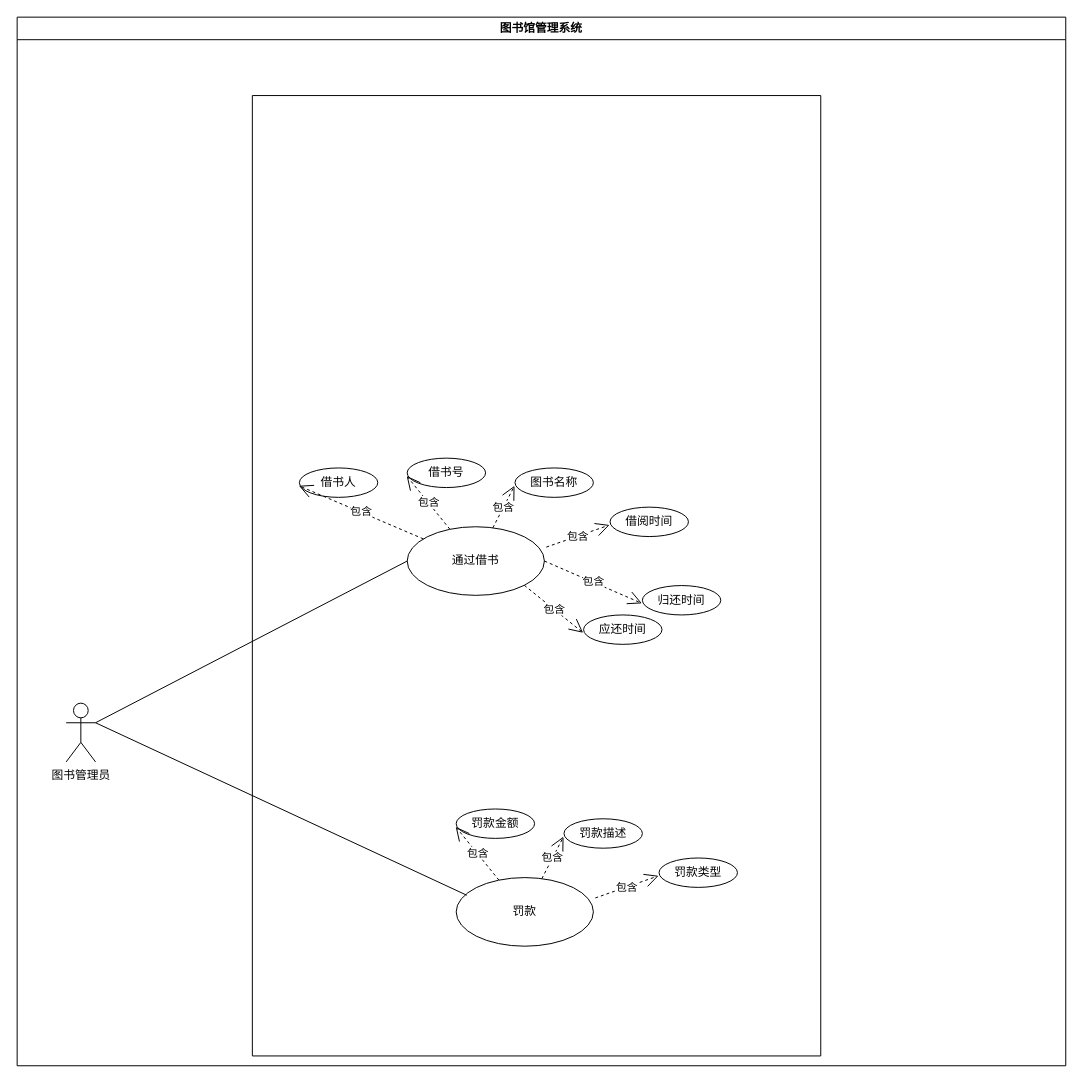
Before: page "3-7" (7 of 19) of book.drawio in fanxy399/book, a draw.io diagram. Source tidied: cells renumbered, new cells numbered last; positions are measured from the earlier drawing's top-left corner, leaving out a move shared by most shapes. Both pictures are drawn from the tidied source at 98%, with x=0, y=0 at pixel (17, 17).
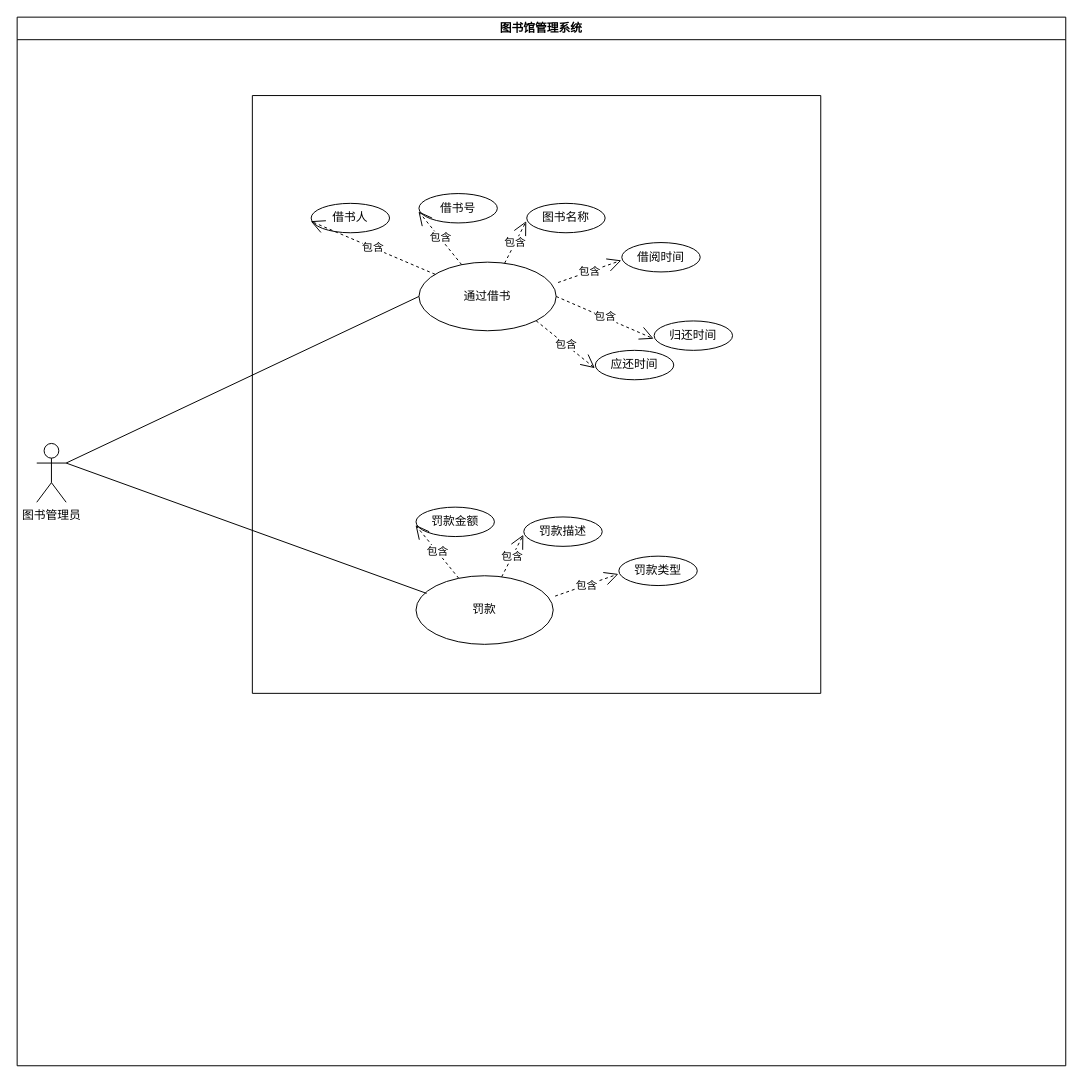
Above is the later version.

The change refers to these unchanged cells:
```xml
<mxCell id="2" value="图书馆管理系统" style="swimlane;whiteSpace=wrap;html=1;" parent="1" vertex="1">
  <mxGeometry width="1070" height="1070" as="geometry" />
</mxCell>
```

Change to the diagram source:
```diff
@@
     <mxCell id="3" style="swimlane;startSize=0;" parent="2" vertex="1">
-      <mxGeometry x="240" y="80" width="580" height="980" as="geometry" />
+      <mxGeometry x="240" y="80" width="580" height="610" as="geometry" />
     </mxCell>
     <mxCell id="4" style="group;" parent="3" vertex="1">
-      <mxGeometry x="38" y="370" width="440" height="200" as="geometry" />
+      <mxGeometry x="50" y="100" width="440" height="200" as="geometry" />
     </mxCell>
@@
     <mxCell id="18" style="group;" parent="3" vertex="1">
-      <mxGeometry x="88" y="728" width="440" height="210" as="geometry" />
+      <mxGeometry x="47" y="420" width="440" height="210" as="geometry" />
     </mxCell>
@@
     <mxCell id="26" value="图书管理员" style="shape=umlActor;verticalLabelPosition=bottom;verticalAlign=top;html=1;outlineConnect=0;" parent="2" vertex="1">
-      <mxGeometry x="50" y="700" width="30" height="60" as="geometry" />
+      <mxGeometry x="20" y="435" width="30" height="60" as="geometry" />
     </mxCell>
@@
+    <mxCell id="29" style="edgeStyle=orthogonalEdgeStyle;rounded=0;orthogonalLoop=1;jettySize=auto;html=1;exitX=0.5;exitY=1;exitDx=0;exitDy=0;" parent="2" edge="1" source="3" target="3">
+      <mxGeometry relative="1" as="geometry" />
+    </mxCell>
```
